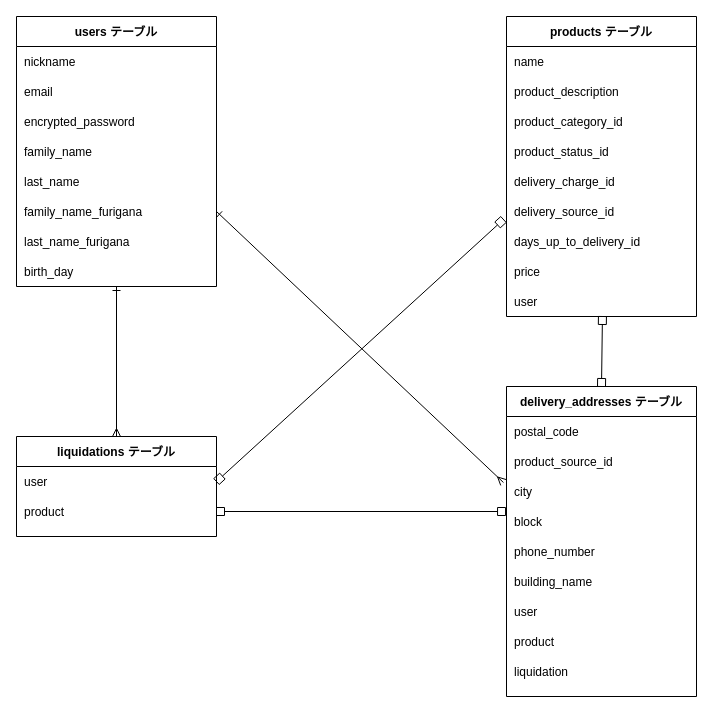
Above: er.dio in mujin-pro/furima-35159 (draw.io), before the change. Source tidied: cells renumbered, new cells numbered last; positions are measured from the earlier drawing's top-left corner, leaving out a move shared by most shapes. Both pictures are drawn from the tidied source at 100%, with x=0, y=0 at pixel (16, 16).
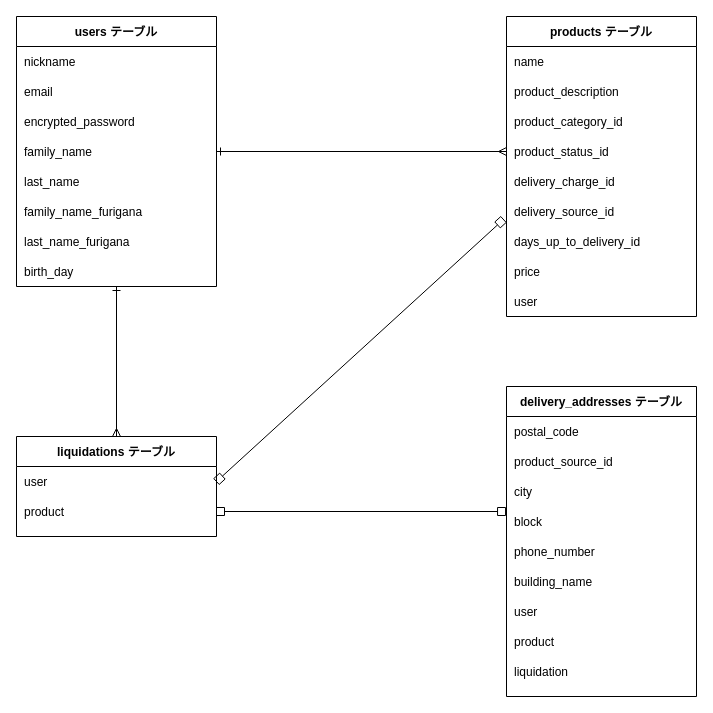
After the change.

Commit message (it also covers changes not shown here):
ER図・README再修正

The change refers to these unchanged cells:
```xml
<mxCell id="9" style="shape=partialRectangle;fillColor=none;top=0;left=0;bottom=0;right=0;points=[[0,0.5],[1,0.5]];portConstraint=eastwest;" parent="2" vertex="1">
  <mxGeometry y="120" width="200" height="30" as="geometry" />
</mxCell>
<mxCell id="13" style="shape=partialRectangle;fillColor=none;top=0;left=0;bottom=0;right=0;points=[[0,0.5],[1,0.5]];portConstraint=eastwest;" parent="2" vertex="1">
  <mxGeometry y="180" width="200" height="30" as="geometry" />
</mxCell>
<mxCell id="26" style="shape=partialRectangle;fillColor=none;top=0;left=0;bottom=0;right=0;points=[[0,0.5],[1,0.5]];portConstraint=eastwest;" parent="19" vertex="1">
  <mxGeometry y="120" width="190" height="30" as="geometry" />
</mxCell>
<mxCell id="36" style="shape=partialRectangle;fillColor=none;top=0;left=0;bottom=0;right=0;points=[[0,0.5],[1,0.5]];portConstraint=eastwest;" parent="19" vertex="1">
  <mxGeometry y="270" width="190" height="30" as="geometry" />
</mxCell>
<mxCell id="47" value="delivery_addresses テーブル" style="shape=table;startSize=30;childLayout=tableLayout;rowLines=0;fontStyle=1;align=center;fontSize=12;" parent="1" vertex="1">
  <mxGeometry x="490" y="370" width="190" height="310" as="geometry" />
</mxCell>
<mxCell id="52" style="shape=partialRectangle;fillColor=none;top=0;left=0;bottom=0;right=0;points=[[0,0.5],[1,0.5]];portConstraint=eastwest;" parent="47" vertex="1">
  <mxGeometry y="90" width="190" height="30" as="geometry" />
</mxCell>
```

Diff of the diagram source:
```diff
@@
-    <mxCell id="46" style="edgeStyle=none;rounded=0;jettySize=auto;html=1;exitX=0.5;exitY=0;exitDx=0;exitDy=0;entryX=0.505;entryY=1;entryDx=0;entryDy=0;entryPerimeter=0;startArrow=box;startFill=0;endArrow=box;endFill=0;fontSize=12;" parent="1" edge="1" source="47" target="36">
-      <mxGeometry relative="1" as="geometry" />
-    </mxCell>
@@
-    <mxCell id="67" style="edgeStyle=none;rounded=0;jettySize=auto;html=1;exitX=1;exitY=0.5;exitDx=0;exitDy=0;entryX=-0.016;entryY=0.2;entryDx=0;entryDy=0;startArrow=ERone;startFill=0;endArrow=ERmany;endFill=0;fontSize=12;entryPerimeter=0;" parent="1" edge="1" source="13" target="52">
-      <mxGeometry relative="1" as="geometry" />
-    </mxCell>
+    <mxCell id="68" style="edgeStyle=orthogonalEdgeStyle;rounded=0;jettySize=auto;html=1;exitX=1;exitY=0.5;exitDx=0;exitDy=0;entryX=0;entryY=0.5;entryDx=0;entryDy=0;startArrow=ERone;startFill=0;endArrow=ERmany;endFill=0;" parent="1" edge="1" source="9" target="26">
+      <mxGeometry relative="1" as="geometry" />
+    </mxCell>
```
